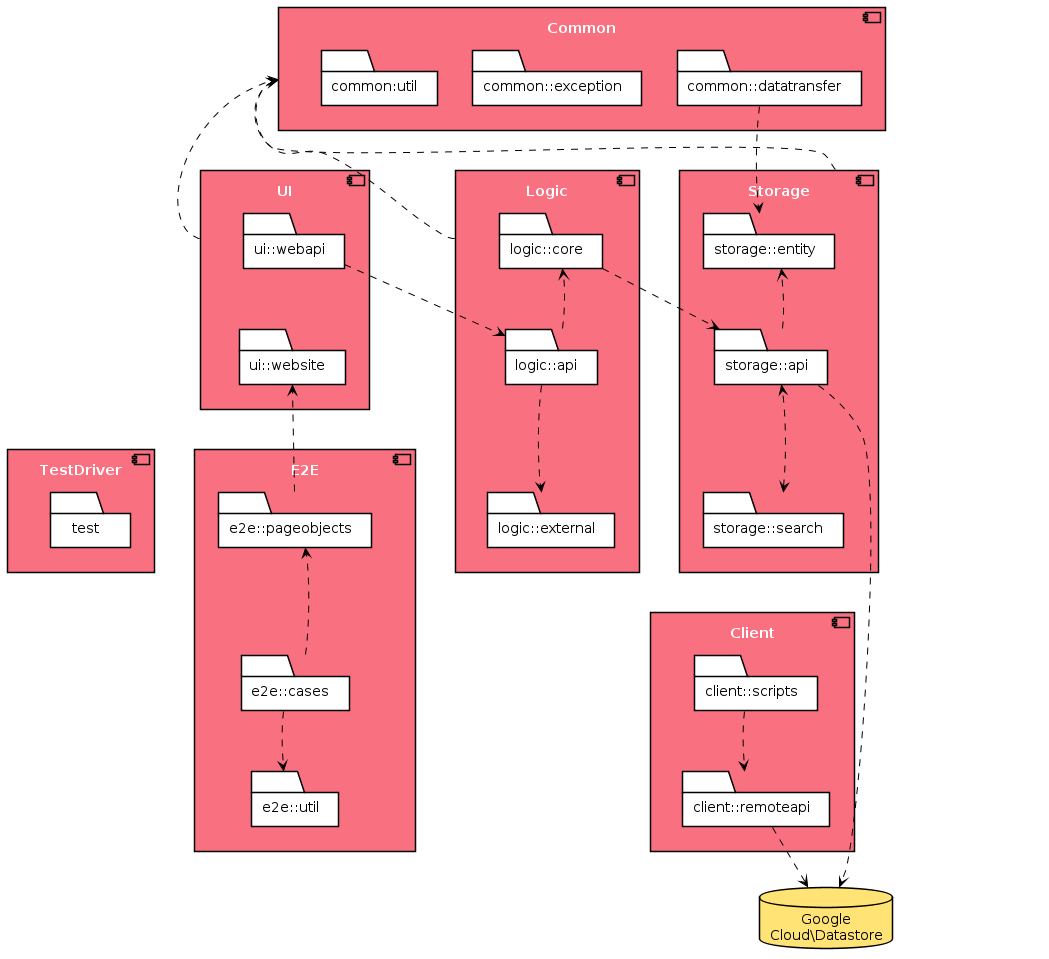
Above: diagrams/packageDiagram.png in devashish-rane/teammates (PlantUML), before the change. Its source is kept beside it as diagrams/packageDiagram.puml.
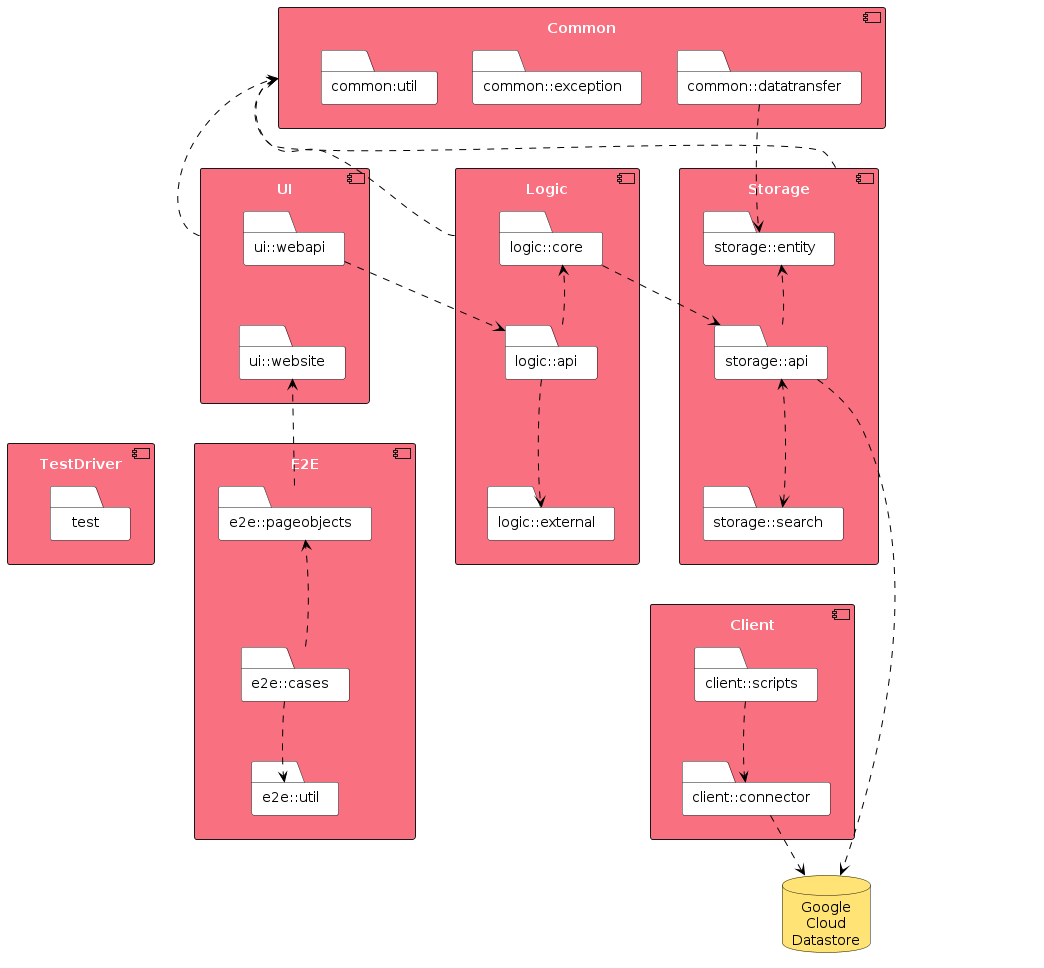
The same diagram one commit later.

The edit, as a diff of the source:
```diff
@@ -1,5 +1,5 @@
 @startuml
-!include diagrams/style.puml
+!include style.puml
 skinparam componentBackgroundColor MODEL_COLOR_T1
 skinparam componentFontColor #FFFFFF
 skinparam folderBackgroundColor #FFFFFF
@@ -41,10 +41,10 @@
 
 component Client  {
     folder "client::scripts" as ClientScripts
-    folder "client::remoteapi" as ClientRemoteApi
+    folder "client::connector" as ClientConnector
 }
 
-database "Google\nCloud\Datastore" as GCD STORAGE_COLOR_T1
+database "Google\nCloud\nDatastore" as GCD STORAGE_COLOR_T1
 
 UI ..> Common
 Logic ..> Common
@@ -55,7 +55,7 @@
 LogicCore ..> StorageApi
 StorageApi ..> GCD
 E2EPageObjects ..> UiWebsite
-ClientRemoteApi ..> GCD
+ClientConnector ..> GCD
 
 LogicApi ..> LogicCore
 LogicApi ..> LogicExternal
@@ -63,7 +63,7 @@
 StorageSearch <..> StorageApi
 E2ECases ..> E2EPageObjects
 E2ECases ..> E2EUtil
-ClientScripts ..> ClientRemoteApi
+ClientScripts ..> ClientConnector
 
 Common -[hidden]down- UI
 UI -[hidden]up- Common
@@ -96,7 +96,7 @@
 StorageApi -[hidden]down- StorageSearch
 E2EPageObjects -[hidden]down- E2ECases
 E2ECases -[hidden]down- E2EUtil
-ClientScripts -[hidden]down- ClientRemoteApi
+ClientScripts -[hidden]down- ClientConnector
 CommonUtil -[hidden]right- CommonException
 CommonException -[hidden]right- CommonDataTransfer
 CommonDataTransfer -[hidden]down- StorageEntity
```
